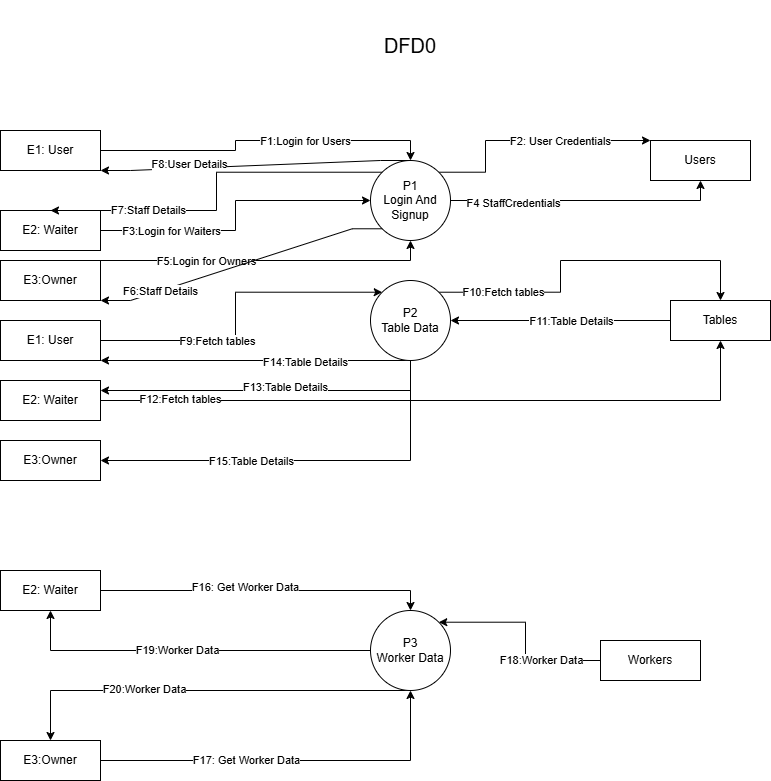
EyasSh/Resturant keeps this draw.io diagram as Diagrams/DFD/DFD0.drawio.png. Above is the earlier version. Source tidied: cells renumbered, new cells last; positions are measured from the earlier drawing's top-left corner, leaving out a move shared by most shapes.
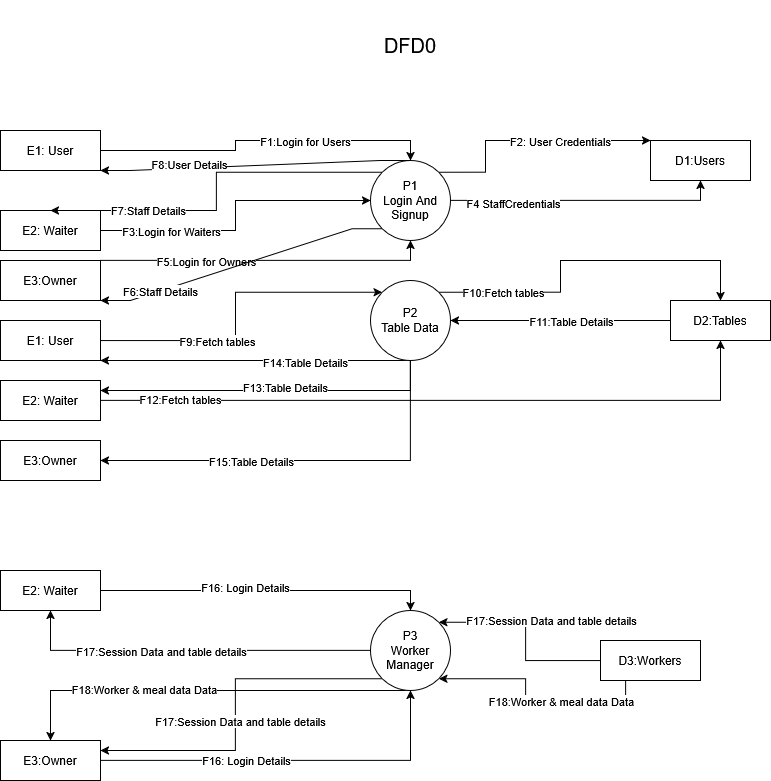
The same diagram one commit later.

What changed in the source:
```diff
@@ -62,8 +62,10 @@
     <mxCell id="17" style="edgeStyle=orthogonalEdgeStyle;rounded=0;jettySize=auto;html=1;entryX=0.5;entryY=1;entryDx=0;entryDy=0;" parent="2" edge="1" source="21" target="56">
       <mxGeometry relative="1" as="geometry" />
     </mxCell>
-    <mxCell id="18" value="F19:Worker Data" style="edgeLabel;html=1;align=center;verticalAlign=middle;" parent="17" vertex="1">
-      <mxGeometry x="0.08" y="-1" relative="1" as="geometry" />
+    <mxCell id="18" value="F17:Session Data and table details" style="edgeLabel;html=1;align=center;verticalAlign=middle;" parent="17" vertex="1">
+      <mxGeometry x="0.08" y="-1" relative="1" as="geometry">
+        <mxPoint x="-16" y="1" as="offset" />
+      </mxGeometry>
     </mxCell>
     <mxCell id="19" style="edgeStyle=orthogonalEdgeStyle;rounded=0;jettySize=auto;html=1;entryX=0.5;entryY=0;entryDx=0;entryDy=0;" parent="2" edge="1" source="21" target="53">
       <mxGeometry relative="1" as="geometry">
@@ -72,10 +74,18 @@
         </Array>
       </mxGeometry>
     </mxCell>
-    <mxCell id="20" value="F20:Worker Data" style="edgeLabel;html=1;align=center;verticalAlign=middle;" parent="19" vertex="1">
+    <mxCell id="20" value="F18:Worker &amp;amp; meal data Data" style="edgeLabel;html=1;align=center;verticalAlign=middle;" parent="19" vertex="1">
       <mxGeometry x="0.3" y="-2" relative="1" as="geometry" />
     </mxCell>
+    <mxCell id="58" style="edgeStyle=orthogonalEdgeStyle;rounded=0;jettySize=auto;html=1;entryX=1;entryY=0.25;entryDx=0;entryDy=0;exitX=0;exitY=1;exitDx=0;exitDy=0;" parent="2" edge="1" source="21" target="53">
+      <mxGeometry relative="1" as="geometry" />
+    </mxCell>
+    <mxCell id="59" value="F17:Session Data and table details" style="edgeLabel;html=1;align=center;verticalAlign=middle;" parent="58" vertex="1">
+      <mxGeometry x="-0.71" relative="1" as="geometry">
+        <mxPoint x="-91" y="42" as="offset" />
+      </mxGeometry>
+    </mxCell>
-    <mxCell id="21" value="P3&lt;div&gt;Worker Data&lt;/div&gt;" style="ellipse;whiteSpace=wrap;html=1;" parent="2" vertex="1">
+    <mxCell id="21" value="P3&lt;div&gt;Worker Manager&lt;/div&gt;" style="ellipse;whiteSpace=wrap;html=1;" parent="2" vertex="1">
       <mxGeometry x="370" y="610" width="80" height="80" as="geometry" />
     </mxCell>
     <mxCell id="22" style="edgeStyle=orthogonalEdgeStyle;rounded=0;jettySize=auto;html=1;entryX=0.5;entryY=0;entryDx=0;entryDy=0;" parent="2" edge="1" source="24" target="7">
@@ -120,7 +130,7 @@
     <mxCell id="30" value="E3:Owner" style="rounded=0;whiteSpace=wrap;html=1;" parent="2" vertex="1">
       <mxGeometry y="260" width="100" height="40" as="geometry" />
     </mxCell>
-    <mxCell id="31" value="Users" style="rounded=0;whiteSpace=wrap;html=1;" parent="2" vertex="1">
+    <mxCell id="31" value="D1:Users" style="rounded=0;whiteSpace=wrap;html=1;" parent="2" vertex="1">
       <mxGeometry x="650" y="140" width="100" height="40" as="geometry" />
     </mxCell>
     <mxCell id="32" style="edgeStyle=orthogonalEdgeStyle;rounded=0;jettySize=auto;html=1;entryX=1;entryY=0.5;entryDx=0;entryDy=0;" parent="2" edge="1" source="34" target="16">
@@ -131,18 +141,26 @@
         <mxPoint x="101" as="offset" />
       </mxGeometry>
     </mxCell>
-    <mxCell id="34" value="Tables" style="rounded=0;whiteSpace=wrap;html=1;" parent="2" vertex="1">
+    <mxCell id="34" value="D2:Tables" style="rounded=0;whiteSpace=wrap;html=1;" parent="2" vertex="1">
       <mxGeometry x="670" y="300" width="100" height="40" as="geometry" />
     </mxCell>
     <mxCell id="35" style="edgeStyle=orthogonalEdgeStyle;rounded=0;jettySize=auto;html=1;entryX=1;entryY=0;entryDx=0;entryDy=0;" parent="2" edge="1" source="37" target="21">
       <mxGeometry relative="1" as="geometry" />
     </mxCell>
-    <mxCell id="36" value="F18:Worker Data" style="edgeLabel;html=1;align=center;verticalAlign=middle;" parent="35" vertex="1">
+    <mxCell id="36" value="F17:Session Data and table details" style="edgeLabel;html=1;align=center;verticalAlign=middle;" parent="35" vertex="1">
       <mxGeometry x="0.4" y="-2" relative="1" as="geometry">
-        <mxPoint x="42" y="40" as="offset" />
+        <mxPoint x="52" as="offset" />
       </mxGeometry>
     </mxCell>
+    <mxCell id="60" style="edgeStyle=orthogonalEdgeStyle;rounded=0;jettySize=auto;html=1;entryX=1;entryY=1;entryDx=0;entryDy=0;exitX=0.25;exitY=1;exitDx=0;exitDy=0;" parent="2" edge="1" source="37" target="21">
+      <mxGeometry relative="1" as="geometry" />
+    </mxCell>
+    <mxCell id="61" value="F18:Worker &amp;amp; meal data Data" style="edgeLabel;html=1;align=center;verticalAlign=middle;" parent="60" vertex="1">
+      <mxGeometry x="0.14" y="1" relative="1" as="geometry">
+        <mxPoint x="36" y="10" as="offset" />
+      </mxGeometry>
+    </mxCell>
-    <mxCell id="37" value="Workers" style="rounded=0;whiteSpace=wrap;html=1;" parent="2" vertex="1">
+    <mxCell id="37" value="D3:Workers" style="rounded=0;whiteSpace=wrap;html=1;" parent="2" vertex="1">
       <mxGeometry x="600" y="640" width="100" height="40" as="geometry" />
     </mxCell>
     <mxCell id="38" style="endArrow=classic;html=1;rounded=0;entryX=1;entryY=1;entryDx=0;entryDy=0;exitX=0;exitY=1;exitDx=0;exitDy=0;edgeStyle=entityRelationEdgeStyle;elbow=vertical;" parent="2" edge="1" source="7" target="30">
@@ -191,7 +209,7 @@
     <mxCell id="51" style="edgeStyle=orthogonalEdgeStyle;rounded=0;jettySize=auto;html=1;entryX=0.5;entryY=1;entryDx=0;entryDy=0;" parent="2" edge="1" source="53" target="21">
       <mxGeometry relative="1" as="geometry" />
     </mxCell>
-    <mxCell id="52" value="F17: Get Worker Data" style="edgeLabel;html=1;align=center;verticalAlign=middle;" parent="51" vertex="1">
+    <mxCell id="52" value="F16: Login Details" style="edgeLabel;html=1;align=center;verticalAlign=middle;" parent="51" vertex="1">
       <mxGeometry x="-0.24" y="1" relative="1" as="geometry" />
     </mxCell>
     <mxCell id="53" value="E3:Owner" style="rounded=0;whiteSpace=wrap;html=1;" parent="2" vertex="1">
@@ -200,7 +218,7 @@
     <mxCell id="54" style="edgeStyle=orthogonalEdgeStyle;rounded=0;jettySize=auto;html=1;entryX=0.5;entryY=0;entryDx=0;entryDy=0;" parent="2" edge="1" source="56" target="21">
       <mxGeometry relative="1" as="geometry" />
     </mxCell>
-    <mxCell id="55" value="F16: Get Worker Data" style="edgeLabel;html=1;align=center;verticalAlign=middle;" parent="54" vertex="1">
+    <mxCell id="55" value="F16: Login Details" style="edgeLabel;html=1;align=center;verticalAlign=middle;" parent="54" vertex="1">
       <mxGeometry x="-0.13" y="4" relative="1" as="geometry" />
     </mxCell>
     <mxCell id="56" value="E2: Waiter" style="rounded=0;whiteSpace=wrap;html=1;" parent="2" vertex="1">
```
